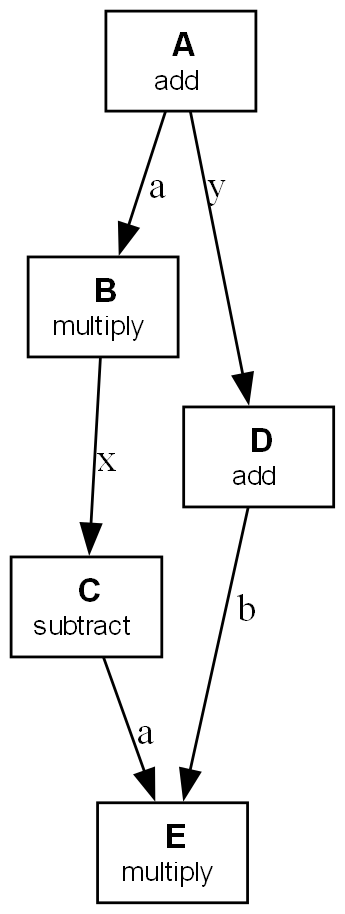
Before: examples/pipeline_example/pipeline_example.png, a diagram exported from Graphviz (centralelyon/pipeoptz). Its source is kept beside it as examples/pipeline_example/pipeline_example.dot.
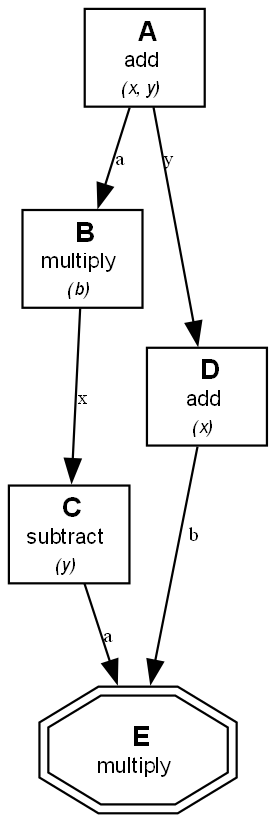
The same file after the commit.

What changed in the source:
```diff
@@ -1,14 +1,14 @@
 digraph Pipeline {
   rankdir=TB;
   node [fontsize=12 fontname="Helvetica"];
-  "A" [shape=box, label=< <B>A</B><BR/><FONT POINT-SIZE="10">add</FONT> >];
-  "B" [shape=box, label=< <B>B</B><BR/><FONT POINT-SIZE="10">multiply</FONT> >];
-  "C" [shape=box, label=< <B>C</B><BR/><FONT POINT-SIZE="10">subtract</FONT> >];
-  "D" [shape=box, label=< <B>D</B><BR/><FONT POINT-SIZE="10">add</FONT> >];
-  "E" [shape=box, label=< <B>E</B><BR/><FONT POINT-SIZE="10">multiply</FONT> >];
-  "A" -> "B" [label="a"];
-  "B" -> "C" [label="x"];
-  "A" -> "D" [label="y"];
-  "C" -> "E" [label="a"];
-  "D" -> "E" [label="b"];
+  "A" [shape=box, label=< <B>A</B><BR/><FONT POINT-SIZE="10">add</FONT> <BR/><FONT POINT-SIZE="8"><I>(x, y)</I></FONT> >];
+  "B" [shape=box, label=< <B>B</B><BR/><FONT POINT-SIZE="10">multiply</FONT> <BR/><FONT POINT-SIZE="8"><I>(b)</I></FONT> >];
+  "C" [shape=box, label=< <B>C</B><BR/><FONT POINT-SIZE="10">subtract</FONT> <BR/><FONT POINT-SIZE="8"><I>(y)</I></FONT> >];
+  "D" [shape=box, label=< <B>D</B><BR/><FONT POINT-SIZE="10">add</FONT> <BR/><FONT POINT-SIZE="8"><I>(x)</I></FONT> >];
+  "E" [shape=doubleoctagon, label=< <B>E</B><BR/><FONT POINT-SIZE="10">multiply</FONT> >];
+  "A" -> "B" [label="a", fontsize=9];
+  "B" -> "C" [label="x", fontsize=9];
+  "A" -> "D" [label="y", fontsize=9];
+  "C" -> "E" [label="a", fontsize=9];
+  "D" -> "E" [label="b", fontsize=9];
 }
```
